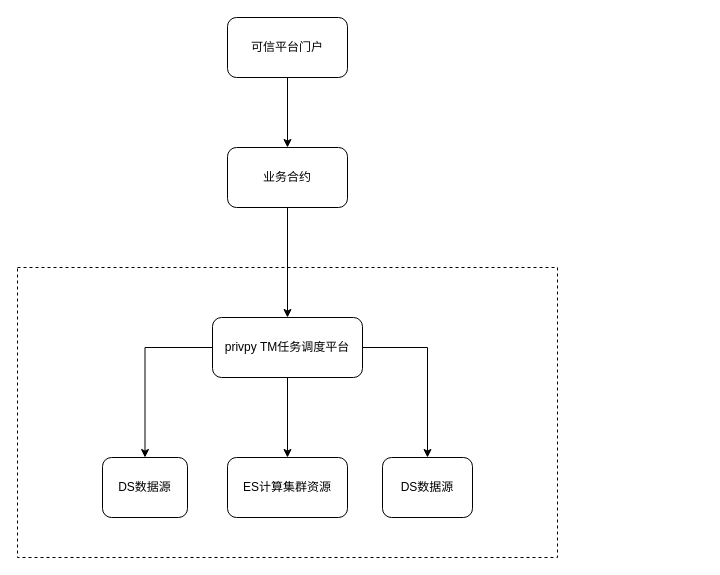
Above: portal.drawio in yankaili2006/drawing_io (draw.io), before the change. Source tidied: cells renumbered, new cells numbered last; positions are measured from the earlier drawing's top-left corner, leaving out a move shared by most shapes. Both pictures are drawn from the tidied source at 100%, with x=0, y=0 at pixel (17, 17).
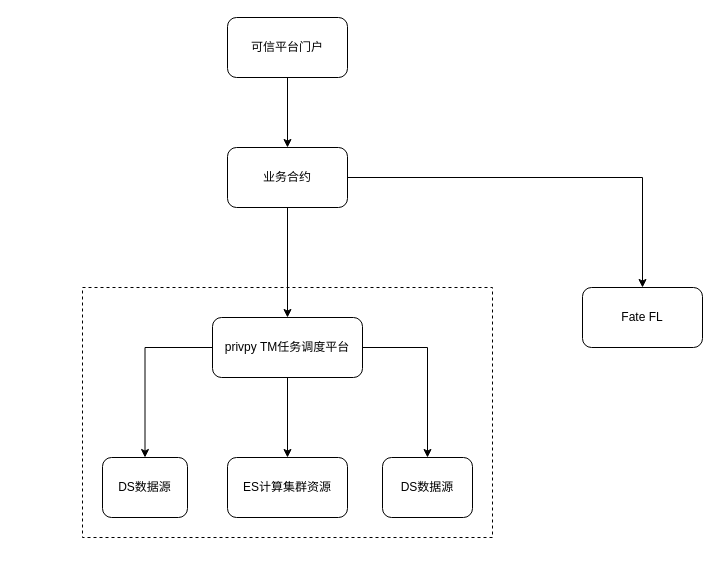
The same page after the edit.

What changed in the source:
```diff
@@
 <mxGraphModel>
   <root>
     <mxCell id="0" />
     <mxCell id="1" parent="0" />
     <mxCell id="2" style="rounded=0;whiteSpace=wrap;html=1;dashed=1;" parent="1" vertex="1">
-      <mxGeometry y="250" width="540" height="290" as="geometry" />
+      <mxGeometry x="65" y="270" width="410" height="250" as="geometry" />
     </mxCell>
     <mxCell id="3" style="edgeStyle=orthogonalEdgeStyle;rounded=0;jettySize=auto;html=1;" parent="1" edge="1" source="6" target="7">
       <mxGeometry relative="1" as="geometry" />
     </mxCell>
     <mxCell id="4" style="edgeStyle=orthogonalEdgeStyle;rounded=0;jettySize=auto;html=1;" parent="1" edge="1" source="6" target="8">
       <mxGeometry relative="1" as="geometry" />
     </mxCell>
     <mxCell id="5" style="edgeStyle=orthogonalEdgeStyle;rounded=0;jettySize=auto;html=1;" parent="1" edge="1" source="6" target="13">
       <mxGeometry relative="1" as="geometry" />
     </mxCell>
     <mxCell id="6" value="privpy TM任务调度平台" style="rounded=1;whiteSpace=wrap;html=1;" parent="1" vertex="1">
       <mxGeometry x="195" y="300" width="150" height="60" as="geometry" />
     </mxCell>
     <mxCell id="7" value="ES计算集群资源" style="whiteSpace=wrap;html=1;rounded=1;" parent="1" vertex="1">
       <mxGeometry x="210" y="440" width="120" height="60" as="geometry" />
     </mxCell>
     <mxCell id="8" value="DS数据源" style="whiteSpace=wrap;html=1;rounded=1;" parent="1" vertex="1">
       <mxGeometry x="365" y="440" width="90" height="60" as="geometry" />
     </mxCell>
     <mxCell id="9" style="edgeStyle=orthogonalEdgeStyle;rounded=0;jettySize=auto;html=1;" parent="1" edge="1" source="10" target="6">
       <mxGeometry relative="1" as="geometry" />
     </mxCell>
+    <mxCell id="14" style="edgeStyle=orthogonalEdgeStyle;rounded=0;jettySize=auto;html=1;" parent="1" edge="1" source="10" target="15">
+      <mxGeometry relative="1" as="geometry" />
+    </mxCell>
     <mxCell id="10" value="业务合约" style="rounded=1;whiteSpace=wrap;html=1;" parent="1" vertex="1">
       <mxGeometry x="210" y="130" width="120" height="60" as="geometry" />
     </mxCell>
     <mxCell id="11" style="edgeStyle=orthogonalEdgeStyle;rounded=0;jettySize=auto;html=1;" parent="1" edge="1" source="12" target="10">
       <mxGeometry relative="1" as="geometry" />
     </mxCell>
     <mxCell id="12" value="可信平台门户" style="rounded=1;whiteSpace=wrap;html=1;" parent="1" vertex="1">
       <mxGeometry x="210" width="120" height="60" as="geometry" />
     </mxCell>
     <mxCell id="13" value="DS数据源" style="whiteSpace=wrap;html=1;rounded=1;" parent="1" vertex="1">
       <mxGeometry x="85" y="440" width="85" height="60" as="geometry" />
     </mxCell>
+    <mxCell id="15" value="Fate FL" style="whiteSpace=wrap;html=1;rounded=1;" parent="1" vertex="1">
+      <mxGeometry x="565" y="270" width="120" height="60" as="geometry" />
+    </mxCell>
   </root>
 </mxGraphModel>
```
